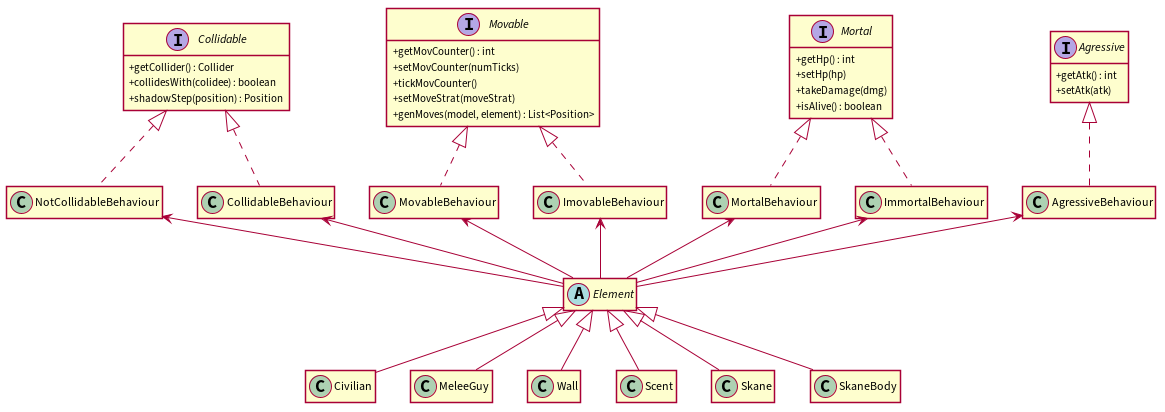
Above: docs/uml/element.png in JoaoCostaIFG/LPOO (PlantUML), before the change.
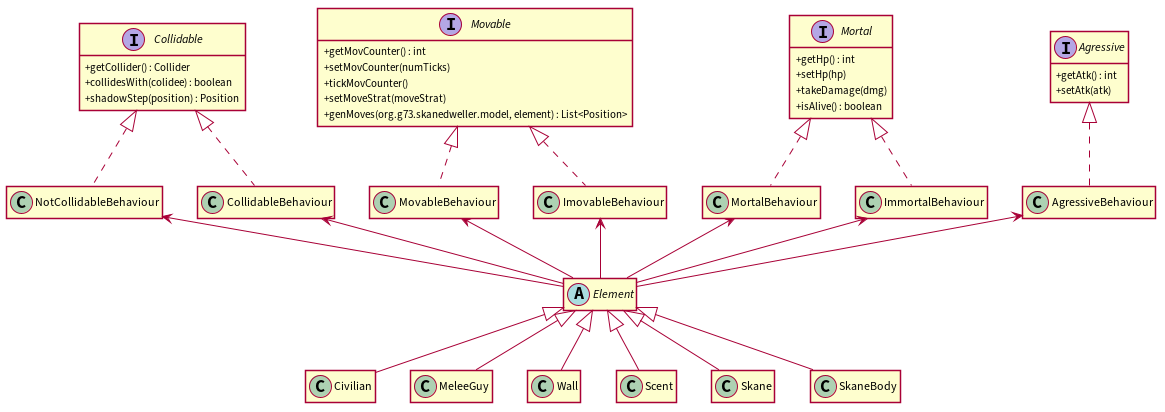
Above is the later version.

Diff of the diagram source:
```diff
@@ -25,7 +25,7 @@
   + setMovCounter(numTicks)
   + tickMovCounter()
   + setMoveStrat(moveStrat)
-  + genMoves(model, element) : List<Position>
+  + genMoves(org.g73.skanedweller.model, element) : List<Position>
 }
 
 class AgressiveBehaviour {}
```
